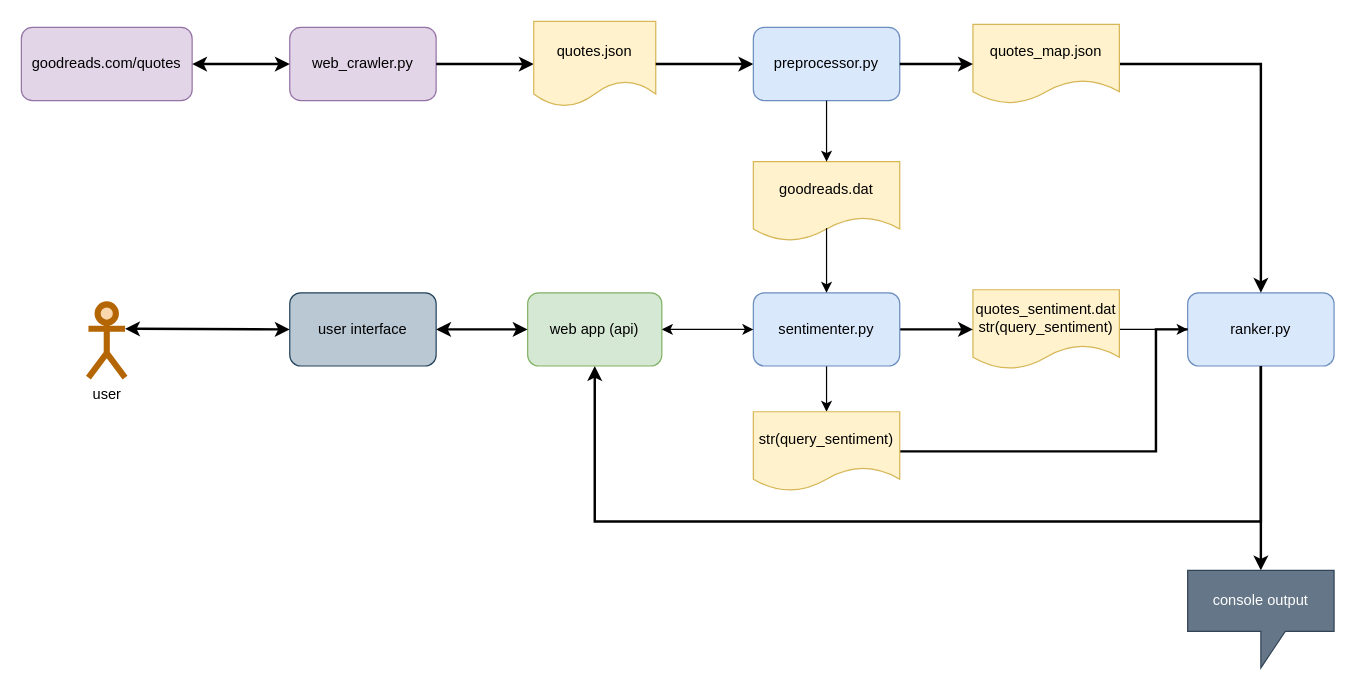
willtsai/quote-finder keeps this draw.io diagram as course-deliverables/quote-finder-architecture.drawio. Above is the earlier version. Source tidied: cells renumbered, new cells numbered last; positions are measured from the earlier drawing's top-left corner, leaving out a move shared by most shapes. Both pictures are drawn from the tidied source at 122%, with x=0, y=0 at pixel (21, 21).
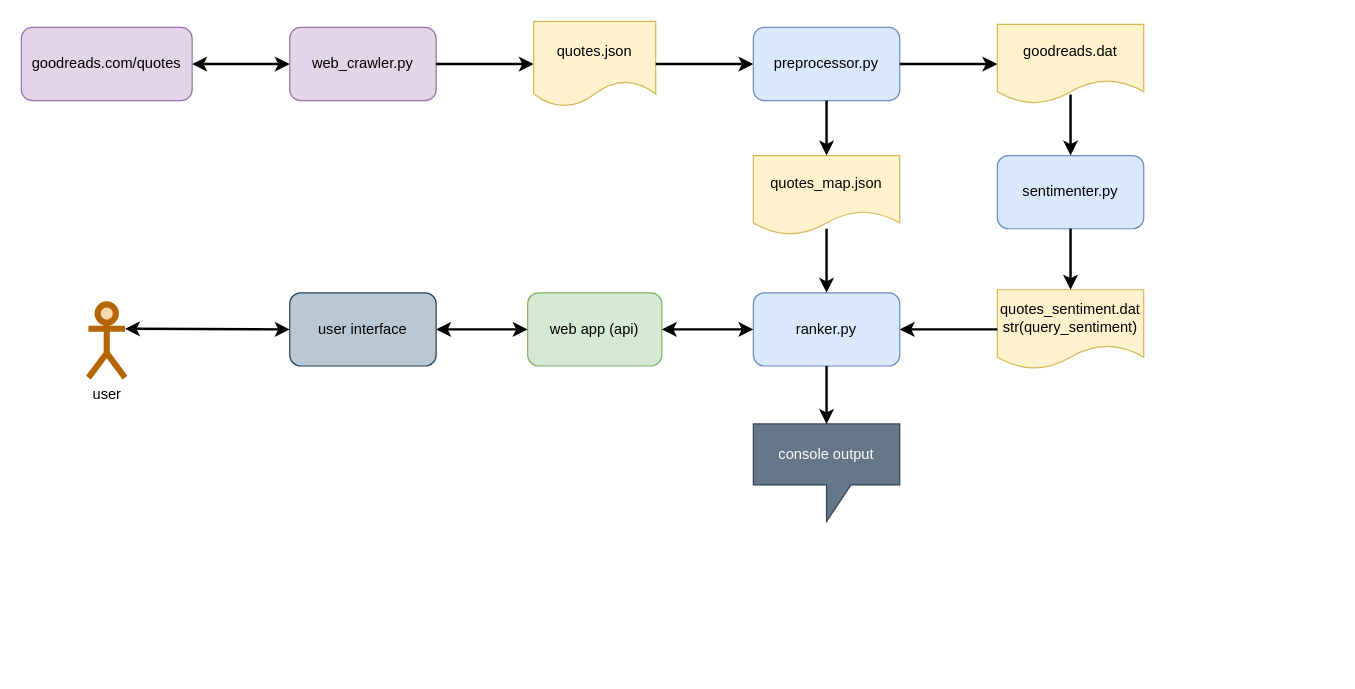
The same page after the edit.

The change refers to these unchanged cells:
```xml
<mxCell id="12" value="preprocessor.py" style="rounded=1;whiteSpace=wrap;html=1;fillColor=#dae8fc;strokeColor=#6c8ebf;" parent="1" vertex="1">
  <mxGeometry x="600" y="5" width="120" height="60" as="geometry" />
</mxCell>
<mxCell id="26" value="web app (api)" style="rounded=1;whiteSpace=wrap;html=1;fillColor=#d5e8d4;strokeColor=#82b366;" parent="1" vertex="1">
  <mxGeometry x="415" y="222.5" width="110" height="60" as="geometry" />
</mxCell>
```

Diff of the diagram source:
```diff
@@
-    <mxCell id="7" style="edgeStyle=orthogonalEdgeStyle;rounded=0;jettySize=auto;html=1;exitX=0.5;exitY=1;exitDx=0;exitDy=0;entryX=0.5;entryY=1;entryDx=0;entryDy=0;strokeWidth=2;" parent="1" edge="1" source="8" target="26">
-      <mxGeometry relative="1" as="geometry">
-        <Array as="points">
-          <mxPoint x="1016" y="410" />
-          <mxPoint x="470" y="410" />
-        </Array>
-      </mxGeometry>
-    </mxCell>
     <mxCell id="8" value="ranker.py" style="rounded=1;whiteSpace=wrap;html=1;fillColor=#dae8fc;strokeColor=#6c8ebf;" parent="1" vertex="1">
-      <mxGeometry x="956" y="222.5" width="120" height="60" as="geometry" />
+      <mxGeometry x="600" y="222.5" width="120" height="60" as="geometry" />
     </mxCell>
@@
-    <mxCell id="10" style="edgeStyle=orthogonalEdgeStyle;rounded=0;jettySize=auto;html=1;exitX=1;exitY=0.5;exitDx=0;exitDy=0;entryX=0;entryY=0.5;entryDx=0;entryDy=0;" parent="1" edge="1" source="11" target="8">
-      <mxGeometry relative="1" as="geometry" />
-    </mxCell>
     <mxCell id="11" value="quotes_sentiment.dat&lt;br&gt;str(query_sentiment)" style="shape=document;whiteSpace=wrap;html=1;boundedLbl=1;fillColor=#fff2cc;strokeColor=#d6b656;" parent="1" vertex="1">
-      <mxGeometry x="780" y="220" width="120" height="65" as="geometry" />
+      <mxGeometry x="800" y="220" width="120" height="65" as="geometry" />
     </mxCell>
@@
-    <mxCell id="13" style="edgeStyle=orthogonalEdgeStyle;rounded=0;jettySize=auto;html=1;entryX=0.5;entryY=0;entryDx=0;entryDy=0;exitX=1;exitY=0.5;exitDx=0;exitDy=0;strokeWidth=2;" parent="1" edge="1" source="14" target="8">
-      <mxGeometry relative="1" as="geometry" />
-    </mxCell>
     <mxCell id="14" value="quotes_map.json" style="shape=document;whiteSpace=wrap;html=1;boundedLbl=1;fillColor=#fff2cc;strokeColor=#d6b656;" parent="1" vertex="1">
-      <mxGeometry x="780" y="2.5" width="120" height="65" as="geometry" />
+      <mxGeometry x="600" y="110" width="120" height="65" as="geometry" />
     </mxCell>
-    <mxCell id="15" style="endArrow=classic;html=1;rounded=0;entryX=0;entryY=0.5;entryDx=0;entryDy=0;exitX=1;exitY=0.5;exitDx=0;exitDy=0;strokeWidth=2;" parent="1" edge="1" source="12" target="14">
+    <mxCell id="15" style="endArrow=classic;html=1;rounded=0;entryX=0.5;entryY=0;entryDx=0;entryDy=0;exitX=0.5;exitY=1;exitDx=0;exitDy=0;strokeWidth=2;" parent="1" edge="1" source="12" target="14">
       <mxGeometry relative="1" as="geometry" />
     </mxCell>
     <mxCell id="16" value="goodreads.dat" style="shape=document;whiteSpace=wrap;html=1;boundedLbl=1;fillColor=#fff2cc;strokeColor=#d6b656;" parent="1" vertex="1">
-      <mxGeometry x="600" y="115" width="120" height="65" as="geometry" />
+      <mxGeometry x="800" y="2.5" width="120" height="65" as="geometry" />
     </mxCell>
-    <mxCell id="17" style="edgeStyle=orthogonalEdgeStyle;rounded=0;jettySize=auto;html=1;exitX=1;exitY=0.5;exitDx=0;exitDy=0;entryX=0;entryY=0.5;entryDx=0;entryDy=0;strokeWidth=2;" parent="1" edge="1" source="19" target="11">
-      <mxGeometry relative="1" as="geometry" />
-    </mxCell>
-    <mxCell id="18" style="edgeStyle=orthogonalEdgeStyle;rounded=0;jettySize=auto;html=1;exitX=0.5;exitY=1;exitDx=0;exitDy=0;entryX=0.5;entryY=0;entryDx=0;entryDy=0;" parent="1" edge="1" source="19" target="31">
-      <mxGeometry relative="1" as="geometry" />
-    </mxCell>
     <mxCell id="19" value="sentimenter.py" style="rounded=1;whiteSpace=wrap;html=1;fillColor=#dae8fc;strokeColor=#6c8ebf;" parent="1" vertex="1">
-      <mxGeometry x="600" y="222.5" width="120" height="60" as="geometry" />
+      <mxGeometry x="800" y="110" width="120" height="60" as="geometry" />
     </mxCell>
-    <mxCell id="20" style="endArrow=classic;html=1;rounded=0;entryX=0.5;entryY=0;entryDx=0;entryDy=0;exitX=0.5;exitY=1;exitDx=0;exitDy=0;" parent="1" edge="1" source="12" target="16">
-      <mxGeometry relative="1" as="geometry" />
-    </mxCell>
-    <mxCell id="21" style="endArrow=classic;html=1;rounded=0;entryX=0.5;entryY=0;entryDx=0;entryDy=0;exitX=0.5;exitY=0.838;exitDx=0;exitDy=0;exitPerimeter=0;" parent="1" edge="1" source="16" target="19">
-      <mxGeometry relative="1" as="geometry" />
-    </mxCell>
-    <mxCell id="22" style="endArrow=classic;html=1;rounded=0;exitX=0.5;exitY=1;exitDx=0;exitDy=0;entryX=0.5;entryY=0;entryDx=0;entryDy=0;entryPerimeter=0;strokeWidth=2;" parent="1" edge="1" source="8" target="23">
-      <mxGeometry relative="1" as="geometry" />
-    </mxCell>
     <mxCell id="23" value="console output" style="shape=callout;whiteSpace=wrap;html=1;perimeter=calloutPerimeter;fillColor=#647687;fontColor=#ffffff;strokeColor=#314354;" parent="1" vertex="1">
-      <mxGeometry x="956" y="450" width="120" height="80" as="geometry" />
+      <mxGeometry x="600" y="330" width="120" height="80" as="geometry" />
     </mxCell>
@@
-    <mxCell id="29" style="endArrow=classic;startArrow=classic;html=1;rounded=0;exitX=1;exitY=0.5;exitDx=0;exitDy=0;entryX=0;entryY=0.5;entryDx=0;entryDy=0;" parent="1" edge="1" source="26" target="19">
-      <mxGeometry relative="1" as="geometry" />
-    </mxCell>
-    <mxCell id="30" style="edgeStyle=orthogonalEdgeStyle;rounded=0;jettySize=auto;html=1;exitX=1;exitY=0.5;exitDx=0;exitDy=0;endArrow=none;endFill=0;entryX=0;entryY=0.5;entryDx=0;entryDy=0;strokeWidth=2;" parent="1" edge="1" source="31" target="8">
-      <mxGeometry relative="1" as="geometry">
-        <Array as="points">
-          <mxPoint x="930" y="353" />
-          <mxPoint x="930" y="253" />
-        </Array>
-      </mxGeometry>
-    </mxCell>
-    <mxCell id="31" value="str(query_sentiment)" style="shape=document;whiteSpace=wrap;html=1;boundedLbl=1;fillColor=#fff2cc;strokeColor=#d6b656;" parent="1" vertex="1">
-      <mxGeometry x="600" y="320" width="120" height="65" as="geometry" />
-    </mxCell>
+    <mxCell id="20" style="endArrow=classic;html=1;rounded=0;entryX=0;entryY=0.5;entryDx=0;entryDy=0;exitX=1;exitY=0.5;exitDx=0;exitDy=0;strokeWidth=2;" parent="1" edge="1" source="12" target="16">
+      <mxGeometry relative="1" as="geometry" />
+    </mxCell>
+    <mxCell id="21" style="endArrow=classic;html=1;rounded=0;entryX=0.5;entryY=0;entryDx=0;entryDy=0;exitX=0.5;exitY=0.885;exitDx=0;exitDy=0;strokeWidth=2;exitPerimeter=0;" parent="1" edge="1" source="16" target="19">
+      <mxGeometry relative="1" as="geometry" />
+    </mxCell>
+    <mxCell id="17" style="endArrow=classic;html=1;rounded=0;entryX=0.5;entryY=0;entryDx=0;entryDy=0;exitX=0.5;exitY=1;exitDx=0;exitDy=0;strokeWidth=2;" parent="1" edge="1" source="19" target="11">
+      <mxGeometry relative="1" as="geometry" />
+    </mxCell>
+    <mxCell id="32" style="endArrow=classic;html=1;rounded=0;entryX=0.5;entryY=0;entryDx=0;entryDy=0;strokeWidth=2;" parent="1" edge="1" target="8">
+      <mxGeometry relative="1" as="geometry">
+        <mxPoint x="660" y="170" as="sourcePoint" />
+      </mxGeometry>
+    </mxCell>
+    <mxCell id="10" style="endArrow=classic;html=1;rounded=0;entryX=1;entryY=0.5;entryDx=0;entryDy=0;exitX=0;exitY=0.5;exitDx=0;exitDy=0;strokeWidth=2;" parent="1" edge="1" source="11" target="8">
+      <mxGeometry relative="1" as="geometry" />
+    </mxCell>
+    <mxCell id="7" style="endArrow=classic;html=1;rounded=0;entryX=1;entryY=0.5;entryDx=0;entryDy=0;exitX=0;exitY=0.5;exitDx=0;exitDy=0;strokeWidth=2;startArrow=classic;startFill=1;" parent="1" edge="1" source="8" target="26">
+      <mxGeometry relative="1" as="geometry" />
+    </mxCell>
+    <mxCell id="22" style="endArrow=classic;html=1;rounded=0;entryX=0.5;entryY=0;entryDx=0;entryDy=0;exitX=0.5;exitY=1;exitDx=0;exitDy=0;strokeWidth=2;entryPerimeter=0;" parent="1" edge="1" source="8" target="23">
+      <mxGeometry relative="1" as="geometry" />
+    </mxCell>
```
